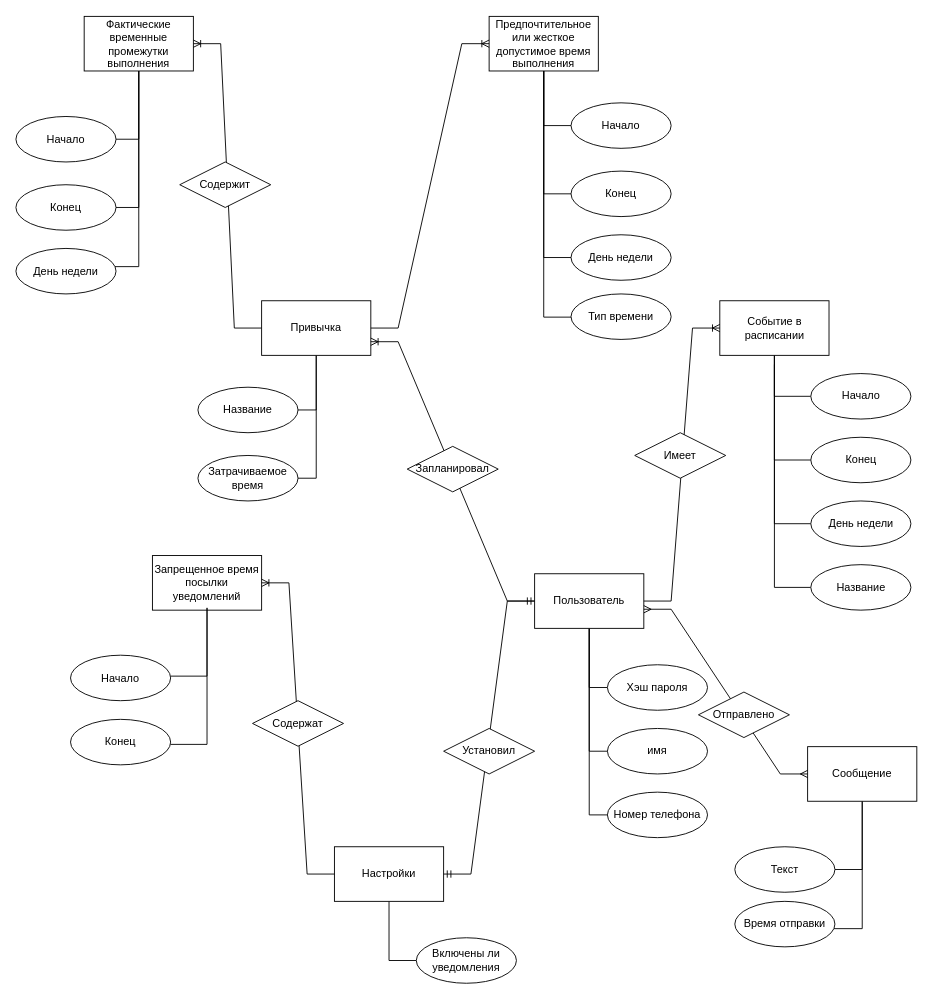
The draw.io diagram docs/ER.drawio in iuschnic/PPO_BD_CW, before the edit. Source tidied: cells renumbered, new cells numbered last; positions are measured from the earlier drawing's top-left corner, leaving out a move shared by most shapes. Both pictures are drawn from the tidied source at 91%, with x=0, y=0 at pixel (15, 16).
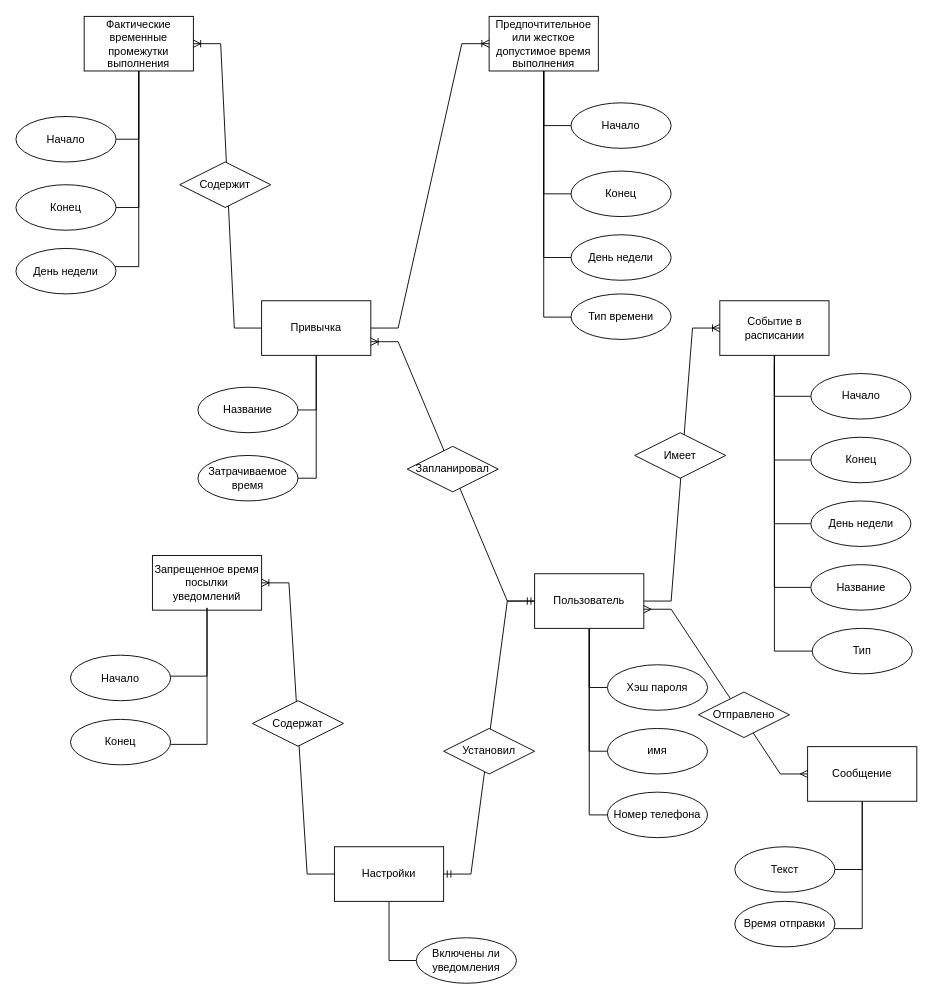
After the change.

The change refers to these unchanged cells:
```xml
<mxCell id="10" value="Событие в расписании" style="rounded=0;whiteSpace=wrap;html=1;" parent="1" vertex="1">
  <mxGeometry x="773.5" y="312" width="120" height="60" as="geometry" />
</mxCell>
```

What changed in the source:
```diff
@@
+    <mxCell id="65" value="Тип" style="ellipse;whiteSpace=wrap;html=1;align=center;" parent="1" vertex="1">
+      <mxGeometry x="875" y="672" width="110" height="50" as="geometry" />
+    </mxCell>
+    <mxCell id="66" style="edgeStyle=orthogonalEdgeStyle;rounded=0;jettySize=auto;html=1;endArrow=none;startFill=0;exitX=0.5;exitY=1;exitDx=0;exitDy=0;" parent="1" edge="1" source="10" target="65">
+      <mxGeometry relative="1" as="geometry">
+        <Array as="points">
+          <mxPoint x="834" y="697" />
+        </Array>
+      </mxGeometry>
+    </mxCell>
```
